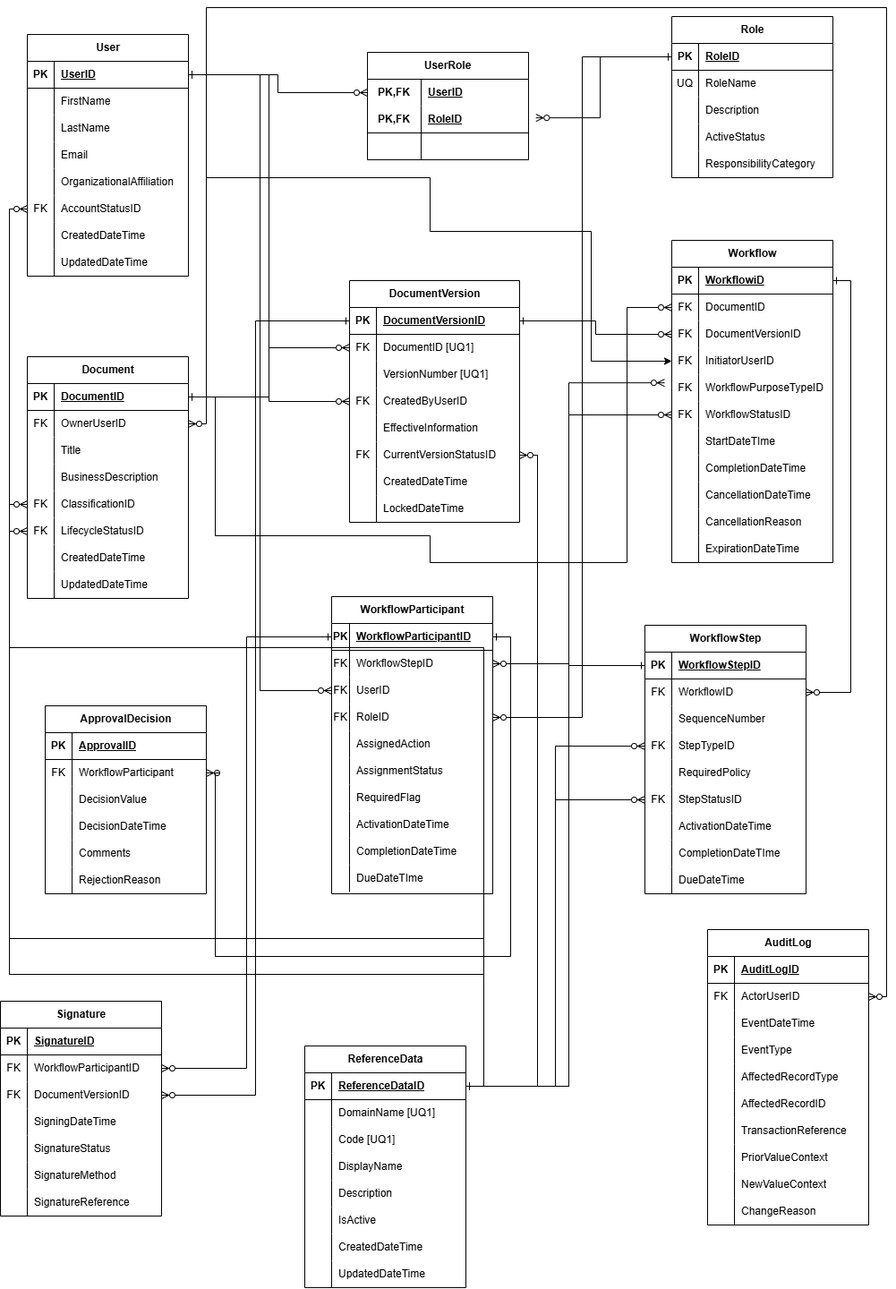
sanikadeshmukh3/Digital-Document-Signing-Portal keeps this draw.io diagram as docs/ER-Diagram.png. Above is the earlier version. Source tidied: cells renumbered, new cells last; positions are measured from the earlier drawing's top-left corner, leaving out a move shared by most shapes.
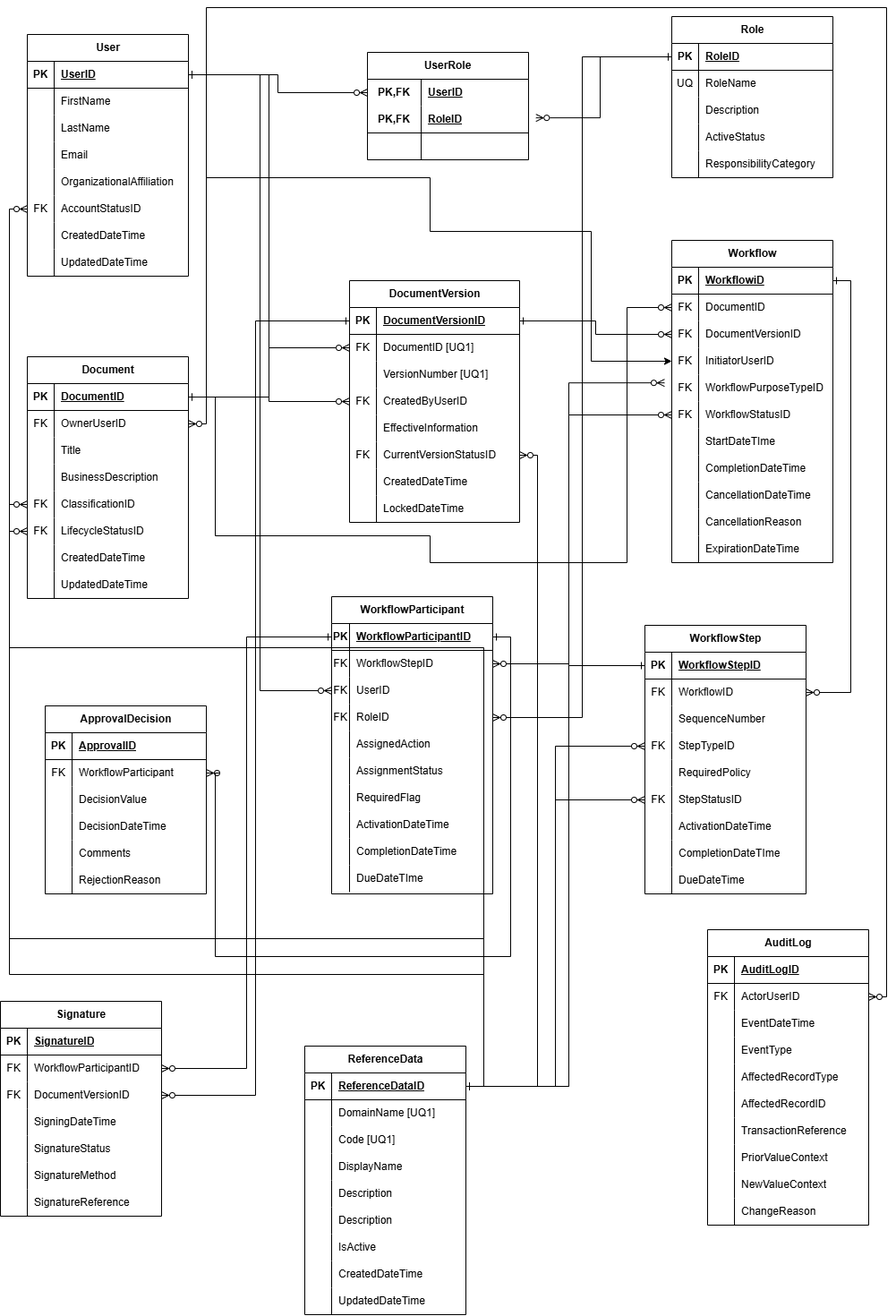
Above is the later version.

Commit message:
isa27: update ER diagram for reference data columns

Change to the diagram source:
```diff
@@ -549,7 +549,7 @@
       <mxGeometry x="30" width="150" height="30" as="geometry" />
     </mxCell>
     <mxCell id="184" value="ReferenceData" style="shape=table;startSize=30;rowLines=0;fontStyle=1;align=center;html=1;" parent="1" vertex="1">
-      <mxGeometry x="340" y="1160" width="180" height="270" as="geometry" />
+      <mxGeometry x="340" y="1160" width="180" height="300" as="geometry" />
     </mxCell>
     <mxCell id="185" style="shape=tableRow;horizontal=0;startSize=0;swimlaneHead=0;swimlaneBody=0;fillColor=none;points=[[0,0.5],[1,0.5]];portConstraint=eastwest;top=0;left=0;right=0;bottom=1;" parent="184" vertex="1">
       <mxGeometry y="30" width="180" height="30" as="geometry" />
@@ -596,8 +596,17 @@
     <mxCell id="199" value="Description" style="shape=partialRectangle;fillColor=none;top=0;left=0;bottom=0;right=0;align=left;spacingLeft=6;overflow=hidden;whiteSpace=wrap;html=1;" parent="197" vertex="1">
       <mxGeometry x="30" width="150" height="30" as="geometry" />
     </mxCell>
+    <mxCell id="317" style="shape=tableRow;horizontal=0;startSize=0;swimlaneHead=0;swimlaneBody=0;fillColor=none;top=0;left=0;right=0;bottom=0;" parent="184" vertex="1">
+      <mxGeometry y="180" width="180" height="30" as="geometry" />
+    </mxCell>
+    <mxCell id="318" style="shape=partialRectangle;fillColor=none;top=0;left=0;bottom=0;right=0;overflow=hidden;whiteSpace=wrap;html=1;" parent="317" vertex="1">
+      <mxGeometry width="30" height="30" as="geometry" />
+    </mxCell>
+    <mxCell id="319" value="Description" style="shape=partialRectangle;fillColor=none;top=0;left=0;bottom=0;right=0;align=left;spacingLeft=6;overflow=hidden;whiteSpace=wrap;html=1;" parent="317" vertex="1">
+      <mxGeometry x="30" width="150" height="30" as="geometry" />
+    </mxCell>
     <mxCell id="200" style="shape=tableRow;horizontal=0;startSize=0;swimlaneHead=0;swimlaneBody=0;fillColor=none;top=0;left=0;right=0;bottom=0;" parent="184" vertex="1">
-      <mxGeometry y="180" width="180" height="30" as="geometry" />
+      <mxGeometry y="210" width="180" height="30" as="geometry" />
     </mxCell>
     <mxCell id="201" style="shape=partialRectangle;fillColor=none;top=0;left=0;bottom=0;right=0;overflow=hidden;whiteSpace=wrap;html=1;" parent="200" vertex="1">
       <mxGeometry width="30" height="30" as="geometry" />
@@ -606,7 +615,7 @@
       <mxGeometry x="30" width="150" height="30" as="geometry" />
     </mxCell>
     <mxCell id="203" style="shape=tableRow;horizontal=0;startSize=0;swimlaneHead=0;swimlaneBody=0;fillColor=none;top=0;left=0;right=0;bottom=0;" parent="184" vertex="1">
-      <mxGeometry y="210" width="180" height="30" as="geometry" />
+      <mxGeometry y="240" width="180" height="30" as="geometry" />
     </mxCell>
     <mxCell id="204" style="shape=partialRectangle;fillColor=none;top=0;left=0;bottom=0;right=0;overflow=hidden;whiteSpace=wrap;html=1;" parent="203" vertex="1">
       <mxGeometry width="30" height="30" as="geometry" />
@@ -615,7 +624,7 @@
       <mxGeometry x="30" width="150" height="30" as="geometry" />
     </mxCell>
     <mxCell id="206" style="shape=tableRow;horizontal=0;startSize=0;swimlaneHead=0;swimlaneBody=0;fillColor=none;top=0;left=0;right=0;bottom=0;" parent="184" vertex="1">
-      <mxGeometry y="240" width="180" height="30" as="geometry" />
+      <mxGeometry y="270" width="180" height="30" as="geometry" />
     </mxCell>
     <mxCell id="207" style="shape=partialRectangle;fillColor=none;top=0;left=0;bottom=0;right=0;overflow=hidden;whiteSpace=wrap;html=1;" parent="206" vertex="1">
       <mxGeometry width="30" height="30" as="geometry" />
```
